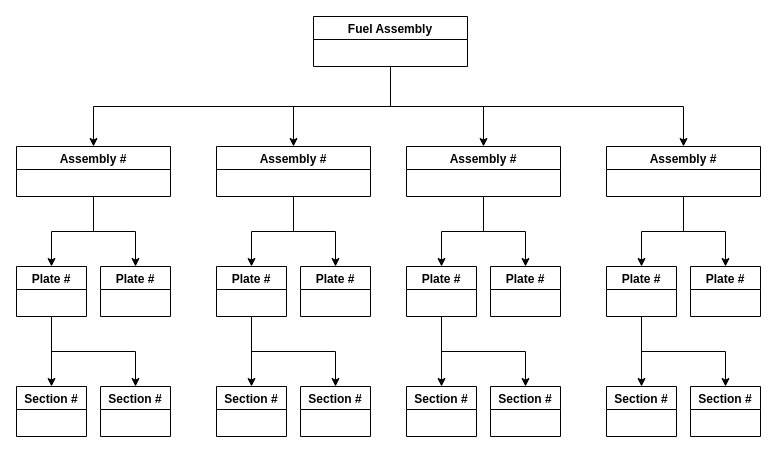
Earlier version of the draw.io diagram Template_Editor/Diagrams/FuelAssembly.drawio (dbeauch/MUSE). Source tidied: cells renumbered, new cells numbered last; positions are measured from the earlier drawing's top-left corner, leaving out a move shared by most shapes. Both pictures are drawn from the tidied source at 100%, with x=0, y=0 at pixel (16, 16).
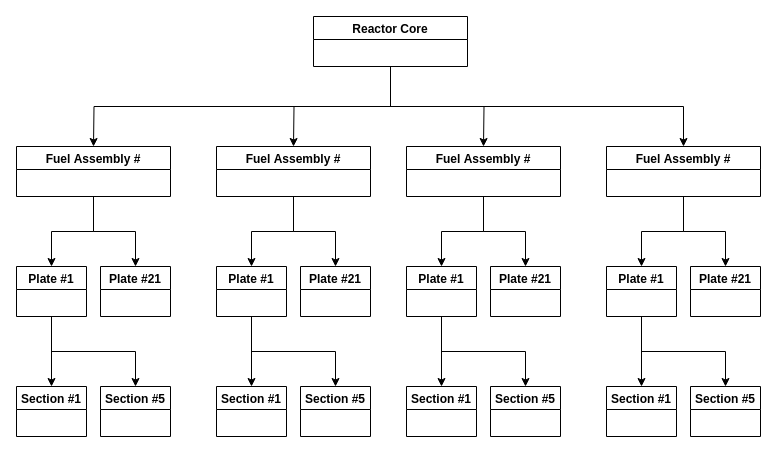
Above is the later version.

Diff of the diagram source:
```diff
@@
-    <mxCell id="2" style="edgeStyle=orthogonalEdgeStyle;rounded=0;jettySize=auto;html=1;exitX=0.5;exitY=1;exitDx=0;exitDy=0;entryX=0.5;entryY=0;entryDx=0;entryDy=0;" parent="1" edge="1" source="6" target="9">
-      <mxGeometry relative="1" as="geometry" />
+    <mxCell id="2" style="edgeStyle=orthogonalEdgeStyle;rounded=0;jettySize=auto;html=1;exitX=0.5;exitY=1;exitDx=0;exitDy=0;entryX=0.5;entryY=0;entryDx=0;entryDy=0;" parent="1" edge="1" source="6">
+      <mxGeometry relative="1" as="geometry">
+        <mxPoint x="77" y="130" as="targetPoint" />
+      </mxGeometry>
     </mxCell>
-    <mxCell id="3" style="edgeStyle=orthogonalEdgeStyle;rounded=0;jettySize=auto;html=1;exitX=0.5;exitY=1;exitDx=0;exitDy=0;entryX=0.5;entryY=0;entryDx=0;entryDy=0;" parent="1" edge="1" source="6" target="18">
-      <mxGeometry relative="1" as="geometry" />
+    <mxCell id="3" style="edgeStyle=orthogonalEdgeStyle;rounded=0;jettySize=auto;html=1;exitX=0.5;exitY=1;exitDx=0;exitDy=0;entryX=0.5;entryY=0;entryDx=0;entryDy=0;" parent="1" edge="1" source="6">
+      <mxGeometry relative="1" as="geometry">
+        <mxPoint x="277" y="130" as="targetPoint" />
+      </mxGeometry>
     </mxCell>
-    <mxCell id="4" style="edgeStyle=orthogonalEdgeStyle;rounded=0;jettySize=auto;html=1;exitX=0.5;exitY=1;exitDx=0;exitDy=0;entryX=0.5;entryY=0;entryDx=0;entryDy=0;" parent="1" edge="1" source="6" target="27">
-      <mxGeometry relative="1" as="geometry" />
+    <mxCell id="4" style="edgeStyle=orthogonalEdgeStyle;rounded=0;jettySize=auto;html=1;exitX=0.5;exitY=1;exitDx=0;exitDy=0;entryX=0.5;entryY=0;entryDx=0;entryDy=0;" parent="1" edge="1" source="6">
+      <mxGeometry relative="1" as="geometry">
+        <mxPoint x="467" y="130" as="targetPoint" />
+      </mxGeometry>
     </mxCell>
@@
-    <mxCell id="6" value="Fuel Assembly" style="swimlane;" parent="1" vertex="1">
+    <mxCell id="6" value="Reactor Core" style="swimlane;" parent="1" vertex="1">
       <mxGeometry x="297" width="154" height="50" as="geometry" />
     </mxCell>
-    <mxCell id="7" style="edgeStyle=orthogonalEdgeStyle;rounded=0;jettySize=auto;html=1;exitX=0.5;exitY=1;exitDx=0;exitDy=0;entryX=0.5;entryY=0;entryDx=0;entryDy=0;" parent="1" edge="1" source="9" target="12">
-      <mxGeometry relative="1" as="geometry" />
-    </mxCell>
-    <mxCell id="8" style="edgeStyle=orthogonalEdgeStyle;rounded=0;jettySize=auto;html=1;exitX=0.5;exitY=1;exitDx=0;exitDy=0;entryX=0.5;entryY=0;entryDx=0;entryDy=0;" parent="1" edge="1" source="9" target="13">
-      <mxGeometry relative="1" as="geometry" />
-    </mxCell>
-    <mxCell id="9" value="Assembly #" style="swimlane;" parent="1" vertex="1">
-      <mxGeometry y="130" width="154" height="50" as="geometry" />
-    </mxCell>
-    <mxCell id="10" style="edgeStyle=orthogonalEdgeStyle;rounded=0;jettySize=auto;html=1;exitX=0.5;exitY=1;exitDx=0;exitDy=0;entryX=0.5;entryY=0;entryDx=0;entryDy=0;" parent="1" edge="1" source="12" target="14">
-      <mxGeometry relative="1" as="geometry" />
-    </mxCell>
-    <mxCell id="11" style="edgeStyle=orthogonalEdgeStyle;rounded=0;jettySize=auto;html=1;exitX=0.5;exitY=1;exitDx=0;exitDy=0;entryX=0.5;entryY=0;entryDx=0;entryDy=0;" parent="1" edge="1" source="12" target="15">
-      <mxGeometry relative="1" as="geometry" />
-    </mxCell>
-    <mxCell id="12" value="Plate #" style="swimlane;" parent="1" vertex="1">
-      <mxGeometry y="250" width="70" height="50" as="geometry" />
-    </mxCell>
-    <mxCell id="13" value="Plate #" style="swimlane;" parent="1" vertex="1">
-      <mxGeometry x="84" y="250" width="70" height="50" as="geometry" />
-    </mxCell>
-    <mxCell id="14" value="Section #" style="swimlane;" parent="1" vertex="1">
-      <mxGeometry y="370" width="70" height="50" as="geometry" />
-    </mxCell>
-    <mxCell id="15" value="Section #" style="swimlane;" parent="1" vertex="1">
-      <mxGeometry x="84" y="370" width="70" height="50" as="geometry" />
-    </mxCell>
-    <mxCell id="16" style="edgeStyle=orthogonalEdgeStyle;rounded=0;jettySize=auto;html=1;exitX=0.5;exitY=1;exitDx=0;exitDy=0;entryX=0.5;entryY=0;entryDx=0;entryDy=0;" parent="1" edge="1" source="18" target="21">
-      <mxGeometry relative="1" as="geometry" />
-    </mxCell>
-    <mxCell id="17" style="edgeStyle=orthogonalEdgeStyle;rounded=0;jettySize=auto;html=1;exitX=0.5;exitY=1;exitDx=0;exitDy=0;entryX=0.5;entryY=0;entryDx=0;entryDy=0;" parent="1" edge="1" source="18" target="22">
-      <mxGeometry relative="1" as="geometry" />
-    </mxCell>
-    <mxCell id="18" value="Assembly #" style="swimlane;" parent="1" vertex="1">
-      <mxGeometry x="200" y="130" width="154" height="50" as="geometry" />
-    </mxCell>
-    <mxCell id="19" style="edgeStyle=orthogonalEdgeStyle;rounded=0;jettySize=auto;html=1;exitX=0.5;exitY=1;exitDx=0;exitDy=0;entryX=0.5;entryY=0;entryDx=0;entryDy=0;" parent="1" edge="1" source="21" target="23">
-      <mxGeometry relative="1" as="geometry" />
-    </mxCell>
-    <mxCell id="20" style="edgeStyle=orthogonalEdgeStyle;rounded=0;jettySize=auto;html=1;exitX=0.5;exitY=1;exitDx=0;exitDy=0;entryX=0.5;entryY=0;entryDx=0;entryDy=0;" parent="1" edge="1" source="21" target="24">
-      <mxGeometry relative="1" as="geometry" />
-    </mxCell>
-    <mxCell id="21" value="Plate #" style="swimlane;" parent="1" vertex="1">
-      <mxGeometry x="200" y="250" width="70" height="50" as="geometry" />
-    </mxCell>
-    <mxCell id="22" value="Plate #" style="swimlane;" parent="1" vertex="1">
-      <mxGeometry x="284" y="250" width="70" height="50" as="geometry" />
-    </mxCell>
-    <mxCell id="23" value="Section #" style="swimlane;" parent="1" vertex="1">
-      <mxGeometry x="200" y="370" width="70" height="50" as="geometry" />
-    </mxCell>
-    <mxCell id="24" value="Section #" style="swimlane;" parent="1" vertex="1">
-      <mxGeometry x="284" y="370" width="70" height="50" as="geometry" />
-    </mxCell>
-    <mxCell id="25" style="edgeStyle=orthogonalEdgeStyle;rounded=0;jettySize=auto;html=1;exitX=0.5;exitY=1;exitDx=0;exitDy=0;entryX=0.5;entryY=0;entryDx=0;entryDy=0;" parent="1" edge="1" source="27" target="30">
-      <mxGeometry relative="1" as="geometry" />
-    </mxCell>
-    <mxCell id="26" style="edgeStyle=orthogonalEdgeStyle;rounded=0;jettySize=auto;html=1;exitX=0.5;exitY=1;exitDx=0;exitDy=0;entryX=0.5;entryY=0;entryDx=0;entryDy=0;" parent="1" edge="1" source="27" target="31">
-      <mxGeometry relative="1" as="geometry" />
-    </mxCell>
-    <mxCell id="27" value="Assembly #" style="swimlane;" parent="1" vertex="1">
-      <mxGeometry x="390" y="130" width="154" height="50" as="geometry" />
-    </mxCell>
-    <mxCell id="28" style="edgeStyle=orthogonalEdgeStyle;rounded=0;jettySize=auto;html=1;exitX=0.5;exitY=1;exitDx=0;exitDy=0;entryX=0.5;entryY=0;entryDx=0;entryDy=0;" parent="1" edge="1" source="30" target="32">
-      <mxGeometry relative="1" as="geometry" />
-    </mxCell>
-    <mxCell id="29" style="edgeStyle=orthogonalEdgeStyle;rounded=0;jettySize=auto;html=1;exitX=0.5;exitY=1;exitDx=0;exitDy=0;entryX=0.5;entryY=0;entryDx=0;entryDy=0;" parent="1" edge="1" source="30" target="33">
-      <mxGeometry relative="1" as="geometry" />
-    </mxCell>
-    <mxCell id="30" value="Plate #" style="swimlane;" parent="1" vertex="1">
-      <mxGeometry x="390" y="250" width="70" height="50" as="geometry" />
-    </mxCell>
-    <mxCell id="31" value="Plate #" style="swimlane;" parent="1" vertex="1">
-      <mxGeometry x="474" y="250" width="70" height="50" as="geometry" />
-    </mxCell>
-    <mxCell id="32" value="Section #" style="swimlane;" parent="1" vertex="1">
-      <mxGeometry x="390" y="370" width="70" height="50" as="geometry" />
-    </mxCell>
-    <mxCell id="33" value="Section #" style="swimlane;" parent="1" vertex="1">
-      <mxGeometry x="474" y="370" width="70" height="50" as="geometry" />
-    </mxCell>
@@
-    <mxCell id="36" value="Assembly #" style="swimlane;" parent="1" vertex="1">
+    <mxCell id="36" value="Fuel Assembly #" style="swimlane;" parent="1" vertex="1">
       <mxGeometry x="590" y="130" width="154" height="50" as="geometry" />
     </mxCell>
@@
-    <mxCell id="39" value="Plate #" style="swimlane;" parent="1" vertex="1">
+    <mxCell id="39" value="Plate #1" style="swimlane;" parent="1" vertex="1">
       <mxGeometry x="590" y="250" width="70" height="50" as="geometry" />
     </mxCell>
-    <mxCell id="40" value="Plate #" style="swimlane;" parent="1" vertex="1">
+    <mxCell id="40" value="Plate #21" style="swimlane;" parent="1" vertex="1">
       <mxGeometry x="674" y="250" width="70" height="50" as="geometry" />
     </mxCell>
-    <mxCell id="41" value="Section #" style="swimlane;" parent="1" vertex="1">
+    <mxCell id="41" value="Section #1" style="swimlane;" parent="1" vertex="1">
       <mxGeometry x="590" y="370" width="70" height="50" as="geometry" />
     </mxCell>
-    <mxCell id="42" value="Section #" style="swimlane;" parent="1" vertex="1">
+    <mxCell id="42" value="Section #5" style="swimlane;" parent="1" vertex="1">
       <mxGeometry x="674" y="370" width="70" height="50" as="geometry" />
     </mxCell>
+    <mxCell id="43" style="edgeStyle=orthogonalEdgeStyle;rounded=0;jettySize=auto;html=1;exitX=0.5;exitY=1;exitDx=0;exitDy=0;entryX=0.5;entryY=0;entryDx=0;entryDy=0;" parent="1" edge="1" source="45" target="48">
+      <mxGeometry relative="1" as="geometry" />
+    </mxCell>
+    <mxCell id="44" style="edgeStyle=orthogonalEdgeStyle;rounded=0;jettySize=auto;html=1;exitX=0.5;exitY=1;exitDx=0;exitDy=0;entryX=0.5;entryY=0;entryDx=0;entryDy=0;" parent="1" edge="1" source="45" target="49">
+      <mxGeometry relative="1" as="geometry" />
+    </mxCell>
+    <mxCell id="45" value="Fuel Assembly #" style="swimlane;" parent="1" vertex="1">
+      <mxGeometry x="390" y="130" width="154" height="50" as="geometry" />
+    </mxCell>
+    <mxCell id="46" style="edgeStyle=orthogonalEdgeStyle;rounded=0;jettySize=auto;html=1;exitX=0.5;exitY=1;exitDx=0;exitDy=0;entryX=0.5;entryY=0;entryDx=0;entryDy=0;" parent="1" edge="1" source="48" target="50">
+      <mxGeometry relative="1" as="geometry" />
+    </mxCell>
+    <mxCell id="47" style="edgeStyle=orthogonalEdgeStyle;rounded=0;jettySize=auto;html=1;exitX=0.5;exitY=1;exitDx=0;exitDy=0;entryX=0.5;entryY=0;entryDx=0;entryDy=0;" parent="1" edge="1" source="48" target="51">
+      <mxGeometry relative="1" as="geometry" />
+    </mxCell>
+    <mxCell id="48" value="Plate #1" style="swimlane;" parent="1" vertex="1">
+      <mxGeometry x="390" y="250" width="70" height="50" as="geometry" />
+    </mxCell>
+    <mxCell id="49" value="Plate #21" style="swimlane;" parent="1" vertex="1">
+      <mxGeometry x="474" y="250" width="70" height="50" as="geometry" />
+    </mxCell>
+    <mxCell id="50" value="Section #1" style="swimlane;" parent="1" vertex="1">
+      <mxGeometry x="390" y="370" width="70" height="50" as="geometry" />
+    </mxCell>
+    <mxCell id="51" value="Section #5" style="swimlane;" parent="1" vertex="1">
+      <mxGeometry x="474" y="370" width="70" height="50" as="geometry" />
+    </mxCell>
+    <mxCell id="52" style="edgeStyle=orthogonalEdgeStyle;rounded=0;jettySize=auto;html=1;exitX=0.5;exitY=1;exitDx=0;exitDy=0;entryX=0.5;entryY=0;entryDx=0;entryDy=0;" parent="1" edge="1" source="54" target="57">
+      <mxGeometry relative="1" as="geometry" />
+    </mxCell>
+    <mxCell id="53" style="edgeStyle=orthogonalEdgeStyle;rounded=0;jettySize=auto;html=1;exitX=0.5;exitY=1;exitDx=0;exitDy=0;entryX=0.5;entryY=0;entryDx=0;entryDy=0;" parent="1" edge="1" source="54" target="58">
+      <mxGeometry relative="1" as="geometry" />
+    </mxCell>
+    <mxCell id="54" value="Fuel Assembly #" style="swimlane;" parent="1" vertex="1">
+      <mxGeometry x="200" y="130" width="154" height="50" as="geometry" />
+    </mxCell>
+    <mxCell id="55" style="edgeStyle=orthogonalEdgeStyle;rounded=0;jettySize=auto;html=1;exitX=0.5;exitY=1;exitDx=0;exitDy=0;entryX=0.5;entryY=0;entryDx=0;entryDy=0;" parent="1" edge="1" source="57" target="59">
+      <mxGeometry relative="1" as="geometry" />
+    </mxCell>
+    <mxCell id="56" style="edgeStyle=orthogonalEdgeStyle;rounded=0;jettySize=auto;html=1;exitX=0.5;exitY=1;exitDx=0;exitDy=0;entryX=0.5;entryY=0;entryDx=0;entryDy=0;" parent="1" edge="1" source="57" target="60">
+      <mxGeometry relative="1" as="geometry" />
+    </mxCell>
+    <mxCell id="57" value="Plate #1" style="swimlane;" parent="1" vertex="1">
+      <mxGeometry x="200" y="250" width="70" height="50" as="geometry" />
+    </mxCell>
+    <mxCell id="58" value="Plate #21" style="swimlane;" parent="1" vertex="1">
+      <mxGeometry x="284" y="250" width="70" height="50" as="geometry" />
+    </mxCell>
+    <mxCell id="59" value="Section #1" style="swimlane;" parent="1" vertex="1">
+      <mxGeometry x="200" y="370" width="70" height="50" as="geometry" />
+    </mxCell>
+    <mxCell id="60" value="Section #5" style="swimlane;" parent="1" vertex="1">
+      <mxGeometry x="284" y="370" width="70" height="50" as="geometry" />
+    </mxCell>
+    <mxCell id="61" style="edgeStyle=orthogonalEdgeStyle;rounded=0;jettySize=auto;html=1;exitX=0.5;exitY=1;exitDx=0;exitDy=0;entryX=0.5;entryY=0;entryDx=0;entryDy=0;" parent="1" edge="1" source="63" target="66">
+      <mxGeometry relative="1" as="geometry" />
+    </mxCell>
+    <mxCell id="62" style="edgeStyle=orthogonalEdgeStyle;rounded=0;jettySize=auto;html=1;exitX=0.5;exitY=1;exitDx=0;exitDy=0;entryX=0.5;entryY=0;entryDx=0;entryDy=0;" parent="1" edge="1" source="63" target="67">
+      <mxGeometry relative="1" as="geometry" />
+    </mxCell>
+    <mxCell id="63" value="Fuel Assembly #" style="swimlane;" parent="1" vertex="1">
+      <mxGeometry y="130" width="154" height="50" as="geometry" />
+    </mxCell>
+    <mxCell id="64" style="edgeStyle=orthogonalEdgeStyle;rounded=0;jettySize=auto;html=1;exitX=0.5;exitY=1;exitDx=0;exitDy=0;entryX=0.5;entryY=0;entryDx=0;entryDy=0;" parent="1" edge="1" source="66" target="68">
+      <mxGeometry relative="1" as="geometry" />
+    </mxCell>
+    <mxCell id="65" style="edgeStyle=orthogonalEdgeStyle;rounded=0;jettySize=auto;html=1;exitX=0.5;exitY=1;exitDx=0;exitDy=0;entryX=0.5;entryY=0;entryDx=0;entryDy=0;" parent="1" edge="1" source="66" target="69">
+      <mxGeometry relative="1" as="geometry" />
+    </mxCell>
+    <mxCell id="66" value="Plate #1" style="swimlane;" parent="1" vertex="1">
+      <mxGeometry y="250" width="70" height="50" as="geometry" />
+    </mxCell>
+    <mxCell id="67" value="Plate #21" style="swimlane;" parent="1" vertex="1">
+      <mxGeometry x="84" y="250" width="70" height="50" as="geometry" />
+    </mxCell>
+    <mxCell id="68" value="Section #1" style="swimlane;" parent="1" vertex="1">
+      <mxGeometry y="370" width="70" height="50" as="geometry" />
+    </mxCell>
+    <mxCell id="69" value="Section #5" style="swimlane;" parent="1" vertex="1">
+      <mxGeometry x="84" y="370" width="70" height="50" as="geometry" />
+    </mxCell>
```
